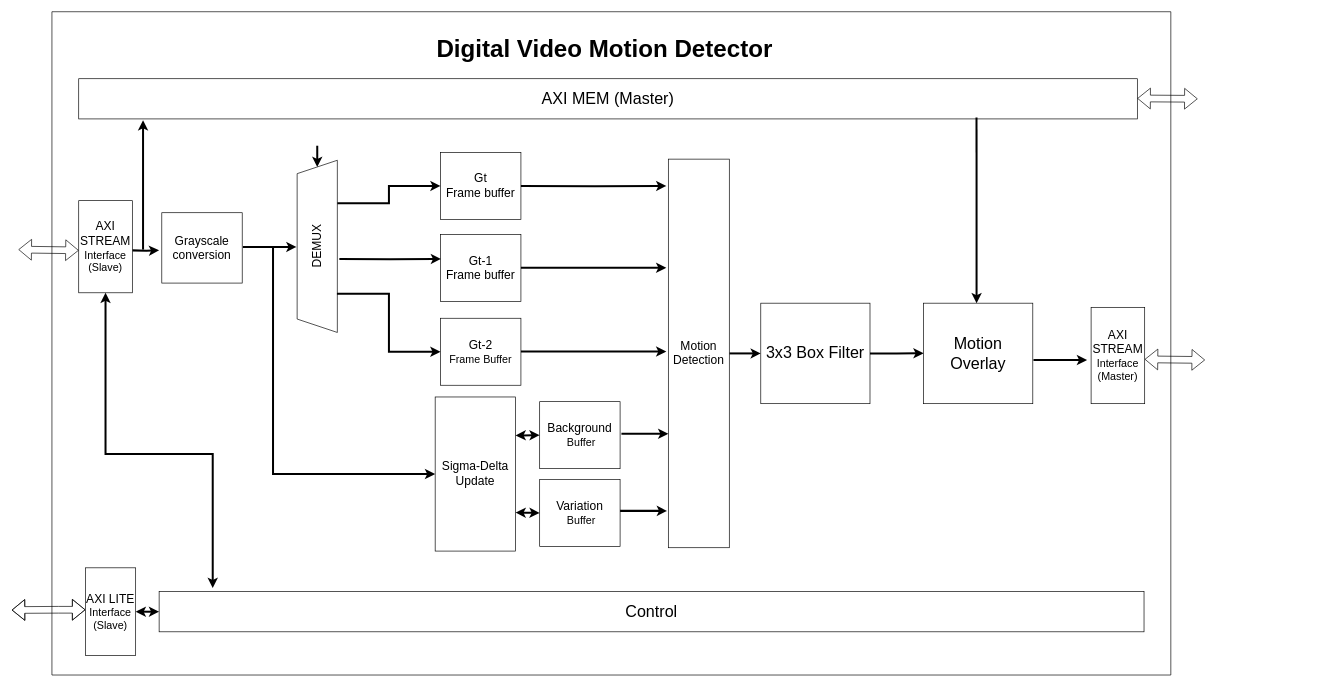
Before: drawings/Block_Diagram_v3.drawio in sabarioded/Hardware_for_Digital_Video_Motion_Detector, a draw.io diagram. Source tidied: cells renumbered, new cells numbered last; positions are measured from the earlier drawing's top-left corner, leaving out a move shared by most shapes. Both pictures are drawn from the tidied source at 67%, with x=0, y=0 at pixel (11, 11).
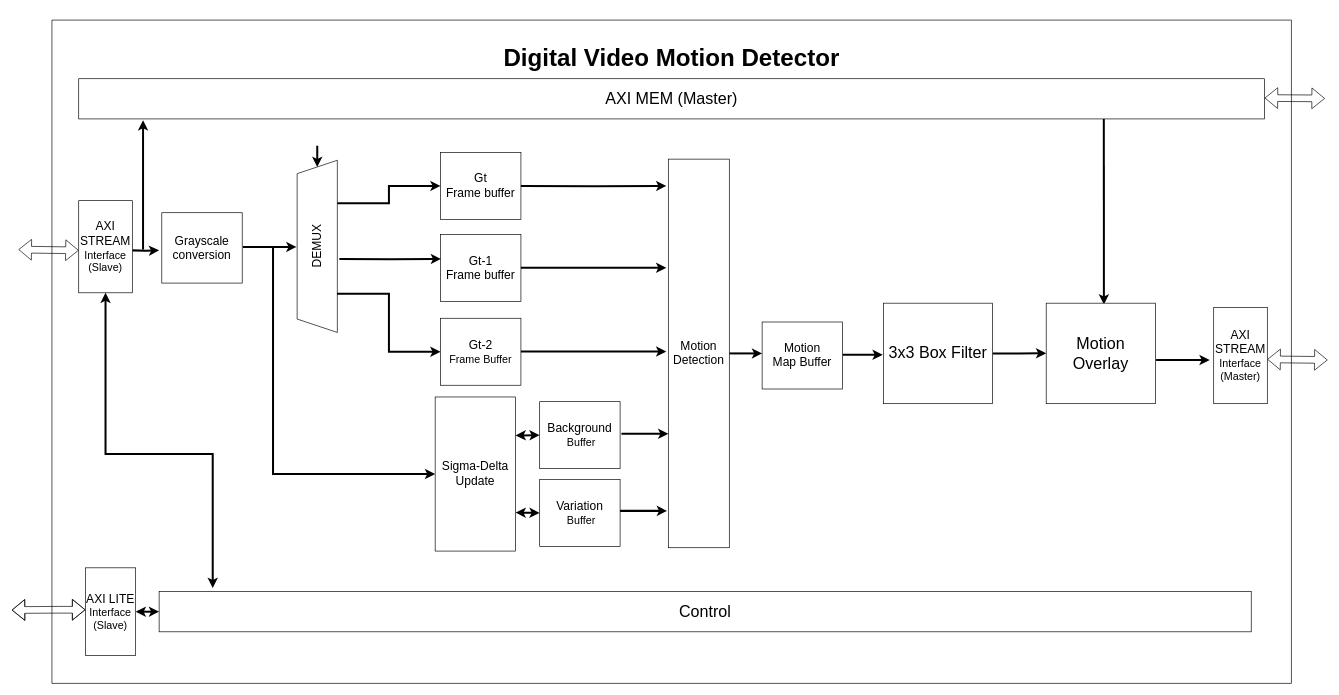
The same diagram, later.

The change refers to these unchanged cells:
```xml
<mxCell id="12" value="&lt;font style=&quot;font-size: 18px;&quot;&gt;Motion Detection&lt;/font&gt;" style="whiteSpace=wrap;html=1;" parent="1" vertex="1">
  <mxGeometry x="980" y="220" width="91" height="580" as="geometry" />
</mxCell>
```

Diff of the diagram source:
```diff
@@
     <mxCell id="9" value="&lt;font style=&quot;font-size: 24px;&quot;&gt;AXI MEM (Master)&lt;/font&gt;" style="whiteSpace=wrap;html=1;" parent="1" vertex="1">
-      <mxGeometry x="100" y="100" width="1580" height="60" as="geometry" />
+      <mxGeometry x="100" y="100" width="1770" height="60" as="geometry" />
     </mxCell>
@@
-    <mxCell id="11" style="edgeStyle=orthogonalEdgeStyle;rounded=0;jettySize=auto;html=1;strokeWidth=3;" parent="1" edge="1" source="12" target="15">
-      <mxGeometry relative="1" as="geometry" />
+    <mxCell id="11" style="edgeStyle=orthogonalEdgeStyle;rounded=0;jettySize=auto;html=1;strokeWidth=3;" parent="1" edge="1" source="12">
+      <mxGeometry relative="1" as="geometry">
+        <mxPoint x="1120" y="510" as="targetPoint" />
+      </mxGeometry>
     </mxCell>
@@
     <mxCell id="14" style="edgeStyle=orthogonalEdgeStyle;rounded=0;jettySize=auto;html=1;strokeWidth=3;" parent="1" edge="1" source="15">
       <mxGeometry relative="1" as="geometry">
-        <mxPoint x="1361" y="509.8" as="targetPoint" />
+        <mxPoint x="1544" y="509.8" as="targetPoint" />
       </mxGeometry>
     </mxCell>
     <mxCell id="15" value="&lt;font style=&quot;font-size: 24px;&quot;&gt;3x3 Box Filter&lt;/font&gt;" style="rounded=0;whiteSpace=wrap;html=1;" parent="1" vertex="1">
-      <mxGeometry x="1118" y="435" width="163" height="150" as="geometry" />
+      <mxGeometry x="1301" y="435" width="163" height="150" as="geometry" />
     </mxCell>
     <mxCell id="16" style="endArrow=classic;html=1;rounded=0;strokeWidth=3;" parent="1" edge="1">
       <mxGeometry relative="1" as="geometry">
-        <mxPoint x="1440" y="158" as="sourcePoint" />
-        <mxPoint x="1440.1" y="435" as="targetPoint" />
+        <mxPoint x="1630" y="160" as="sourcePoint" />
+        <mxPoint x="1630.1" y="437" as="targetPoint" />
       </mxGeometry>
     </mxCell>
@@
     <mxCell id="20" style="shape=flexArrow;endArrow=classic;startArrow=classic;html=1;rounded=0;entryX=0;entryY=0.5;entryDx=0;entryDy=0;" parent="1" edge="1">
       <mxGeometry relative="1" as="geometry">
-        <mxPoint x="1691" y="518.8" as="sourcePoint" />
-        <mxPoint x="1781" y="519.8" as="targetPoint" />
+        <mxPoint x="1874" y="518.8" as="sourcePoint" />
+        <mxPoint x="1964" y="519.8" as="targetPoint" />
       </mxGeometry>
     </mxCell>
     <mxCell id="21" style="shape=flexArrow;endArrow=classic;startArrow=classic;html=1;rounded=0;" parent="1" edge="1">
       <mxGeometry relative="1" as="geometry">
-        <mxPoint x="1680" y="129.4" as="sourcePoint" />
-        <mxPoint x="1770" y="130" as="targetPoint" />
+        <mxPoint x="1870" y="128.8" as="sourcePoint" />
+        <mxPoint x="1960" y="129.4" as="targetPoint" />
       </mxGeometry>
     </mxCell>
@@
     <mxCell id="28" value="&lt;font style=&quot;font-size: 24px;&quot;&gt;Motion Overlay&lt;/font&gt;" style="rounded=0;whiteSpace=wrap;html=1;" parent="1" vertex="1">
-      <mxGeometry x="1361" y="435" width="163" height="150" as="geometry" />
+      <mxGeometry x="1544" y="435" width="163" height="150" as="geometry" />
     </mxCell>
     <mxCell id="29" value="&lt;font style=&quot;font-size: 18px;&quot;&gt;AXI STREAM&lt;/font&gt;&lt;div&gt;&lt;font size=&quot;3&quot;&gt;Interface&lt;/font&gt;&lt;/div&gt;&lt;div&gt;&lt;font size=&quot;3&quot;&gt;(Master)&lt;/font&gt;&lt;/div&gt;" style="rounded=0;whiteSpace=wrap;html=1;" parent="1" vertex="1">
-      <mxGeometry x="1611" y="441.2" width="80" height="143.8" as="geometry" />
+      <mxGeometry x="1794" y="441.2" width="80" height="143.8" as="geometry" />
     </mxCell>
     <mxCell id="30" style="edgeStyle=orthogonalEdgeStyle;rounded=0;orthogonalLoop=1;jettySize=auto;html=1;strokeWidth=3;" parent="1" edge="1">
       <mxGeometry relative="1" as="geometry">
-        <mxPoint x="1525" y="519.8" as="sourcePoint" />
-        <mxPoint x="1605" y="519.8" as="targetPoint" />
+        <mxPoint x="1708" y="519.8" as="sourcePoint" />
+        <mxPoint x="1788" y="519.8" as="targetPoint" />
       </mxGeometry>
     </mxCell>
@@
     <mxCell id="37" style="swimlane;startSize=0;" parent="1" vertex="1">
-      <mxGeometry x="60" width="1670" height="990" as="geometry" />
+      <mxGeometry x="60" y="12.5" width="1850" height="990" as="geometry" />
     </mxCell>
     <mxCell id="38" value="&lt;font style=&quot;font-size: 36px;&quot;&gt;&lt;b&gt;Digital Video Motion Detector&lt;/b&gt;&lt;/font&gt;" style="text;html=1;align=center;verticalAlign=middle;whiteSpace=wrap;rounded=0;" parent="37" vertex="1">
-      <mxGeometry x="560" y="40" width="530" height="30" as="geometry" />
+      <mxGeometry x="660" y="40" width="530" height="30" as="geometry" />
     </mxCell>
@@
     <mxCell id="43" value="&lt;font style=&quot;font-size: 24px;&quot;&gt;Control&lt;/font&gt;" style="rounded=0;whiteSpace=wrap;html=1;" parent="1" vertex="1">
-      <mxGeometry x="220" y="865.5" width="1470" height="60" as="geometry" />
+      <mxGeometry x="220" y="865.5" width="1630" height="60" as="geometry" />
     </mxCell>
@@
+    <mxCell id="45" style="edgeStyle=orthogonalEdgeStyle;rounded=0;orthogonalLoop=1;jettySize=auto;html=1;strokeWidth=3;" parent="1" edge="1">
+      <mxGeometry relative="1" as="geometry">
+        <mxPoint x="1240" y="512" as="sourcePoint" />
+        <mxPoint x="1300" y="512" as="targetPoint" />
+      </mxGeometry>
+    </mxCell>
+    <mxCell id="46" value="&lt;span style=&quot;font-size: 18px;&quot;&gt;Motion&lt;/span&gt;&lt;div&gt;&lt;span style=&quot;font-size: 18px;&quot;&gt;Map Buffer&lt;/span&gt;&lt;/div&gt;" style="rounded=0;whiteSpace=wrap;html=1;" parent="1" vertex="1">
+      <mxGeometry x="1120" y="463.1" width="120" height="100" as="geometry" />
+    </mxCell>
```
